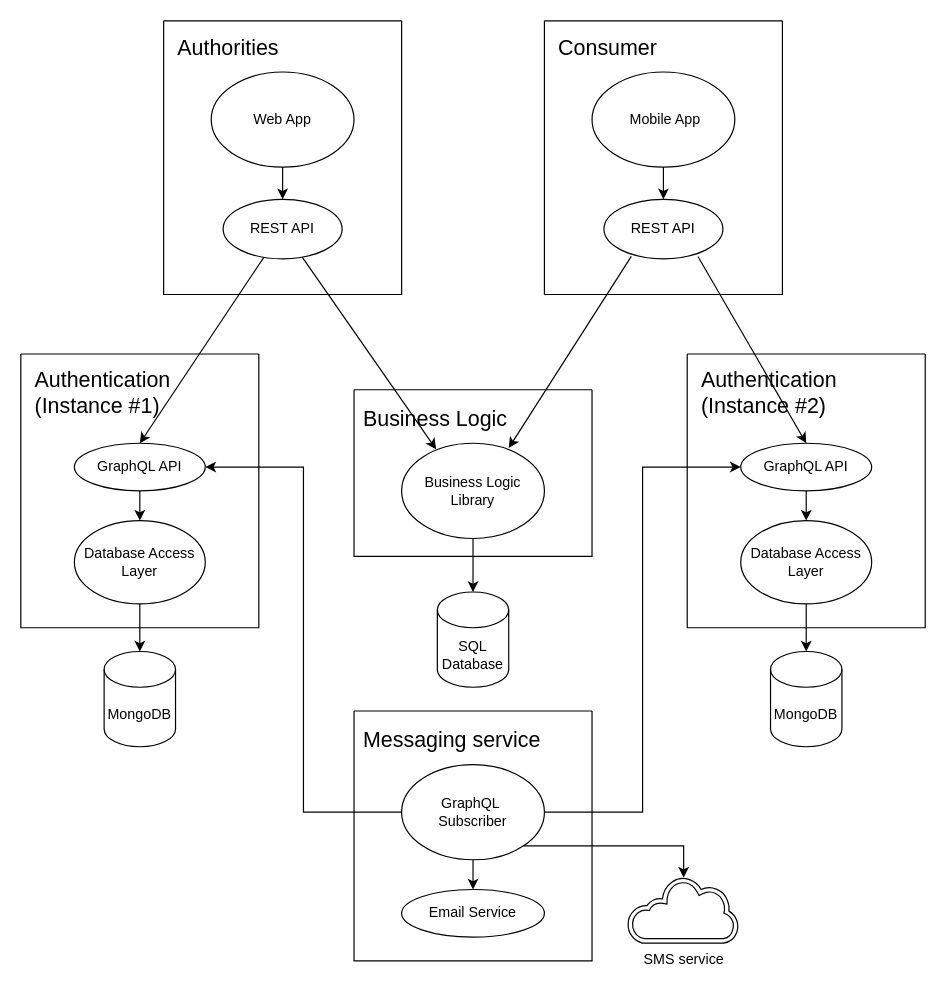
The draw.io diagram drawio/architecture-diagram.drawio in team-evian-fiicode25/.github, before the edit. Source tidied: cells renumbered, new cells numbered last; positions are measured from the earlier drawing's top-left corner, leaving out a move shared by most shapes. Both pictures are drawn from the tidied source at 119%, with x=0, y=0 at pixel (20, 20).
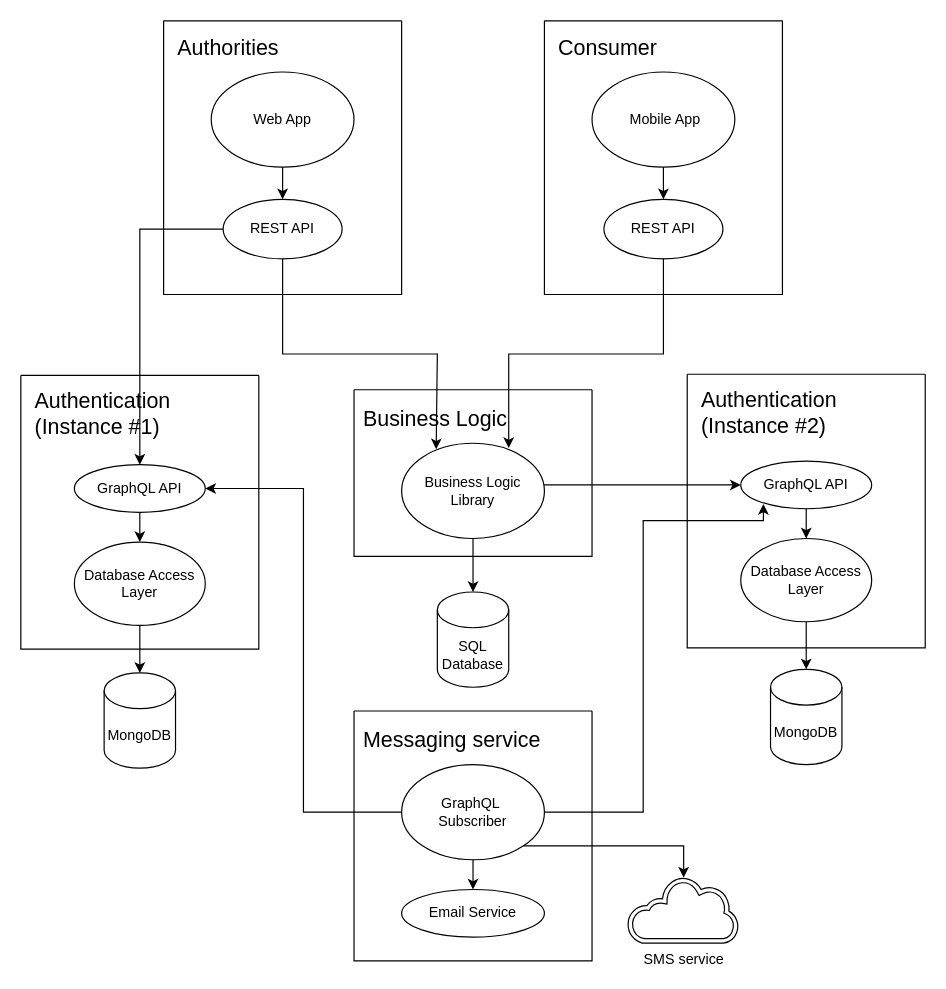
Above is the later version.

Unchanged cells that the change refers to:
```xml
<mxCell id="4" value="&lt;font style=&quot;font-size: 12px;&quot;&gt;Business Logic&lt;/font&gt;&lt;div&gt;&lt;font style=&quot;font-size: 12px;&quot;&gt;Library&lt;/font&gt;&lt;/div&gt;" style="ellipse;whiteSpace=wrap;html=1;fillColor=none;" parent="2" vertex="1">
  <mxGeometry x="40" y="45" width="120" height="80" as="geometry" />
</mxCell>
<mxCell id="9" value="REST API" style="ellipse;whiteSpace=wrap;html=1;fillColor=none;" parent="6" vertex="1">
  <mxGeometry x="50" y="150" width="100" height="50" as="geometry" />
</mxCell>
<mxCell id="14" value="REST API" style="ellipse;whiteSpace=wrap;html=1;fillColor=none;" parent="11" vertex="1">
  <mxGeometry x="50" y="150" width="100" height="50" as="geometry" />
</mxCell>
<mxCell id="22" value="GraphQL API" style="ellipse;whiteSpace=wrap;html=1;fillColor=none;" parent="17" vertex="1">
  <mxGeometry x="45" y="55" width="110" height="40" as="geometry" />
</mxCell>
<mxCell id="40" value="GraphQL&amp;nbsp;&lt;div&gt;Subscriber&lt;/div&gt;" style="ellipse;whiteSpace=wrap;html=1;fillColor=none;" parent="37" vertex="1">
  <mxGeometry x="40" y="45" width="120" height="80" as="geometry" />
</mxCell>
```

The edit, as a diff of the source:
```diff
@@
-    <mxCell id="5" style="endArrow=classic;html=1;rounded=0;entryX=0.75;entryY=0.05;entryDx=0;entryDy=0;exitX=0.23;exitY=0.96;exitDx=0;exitDy=0;exitPerimeter=0;entryPerimeter=0;" parent="1" edge="1" source="9" target="4">
-      <mxGeometry relative="1" as="geometry" />
+    <mxCell id="5" style="endArrow=classic;html=1;rounded=0;entryX=0.75;entryY=0.05;entryDx=0;entryDy=0;exitX=0.5;exitY=1;exitDx=0;exitDy=0;entryPerimeter=0;" parent="1" edge="1" source="9" target="4">
+      <mxGeometry relative="1" as="geometry">
+        <Array as="points">
+          <mxPoint x="540" y="280" />
+          <mxPoint x="410" y="280" />
+        </Array>
+      </mxGeometry>
     </mxCell>
@@
     <mxCell id="16" style="endArrow=classic;html=1;rounded=0;entryX=0.242;entryY=0.063;entryDx=0;entryDy=0;entryPerimeter=0;" parent="1" edge="1" source="14" target="4">
-      <mxGeometry relative="1" as="geometry" />
+      <mxGeometry relative="1" as="geometry">
+        <Array as="points">
+          <mxPoint x="220" y="280" />
+          <mxPoint x="350" y="280" />
+        </Array>
+      </mxGeometry>
     </mxCell>
     <mxCell id="17" style="group;fillColor=none;fillStyle=hatch;" parent="1" vertex="1">
-      <mxGeometry y="300" width="200" height="310" as="geometry" />
+      <mxGeometry y="318" width="200" height="310" as="geometry" />
     </mxCell>
@@
     <mxCell id="25" style="endArrow=classic;html=1;rounded=0;entryX=0.5;entryY=0;entryDx=0;entryDy=0;" parent="1" edge="1" source="14" target="22">
-      <mxGeometry relative="1" as="geometry" />
+      <mxGeometry relative="1" as="geometry">
+        <Array as="points">
+          <mxPoint x="100" y="175" />
+        </Array>
+      </mxGeometry>
     </mxCell>
-    <mxCell id="26" style="endArrow=classic;html=1;rounded=0;exitX=0.79;exitY=0.96;exitDx=0;exitDy=0;entryX=0.5;entryY=0;entryDx=0;entryDy=0;exitPerimeter=0;" parent="1" edge="1" source="9" target="32">
-      <mxGeometry relative="1" as="geometry" />
-    </mxCell>
     <mxCell id="27" style="group;fillColor=none;fillStyle=hatch;" parent="1" vertex="1">
-      <mxGeometry x="560" y="300" width="200" height="310" as="geometry" />
+      <mxGeometry x="560" y="305" width="200" height="310" as="geometry" />
     </mxCell>
     <mxCell id="28" style="swimlane;startSize=0;fillStyle=hatch;" parent="27" vertex="1">
-      <mxGeometry y="-20" width="200" height="230" as="geometry" />
+      <mxGeometry y="-8" width="200" height="230" as="geometry" />
     </mxCell>
@@
     <mxCell id="30" value="MongoDB" style="shape=cylinder3;whiteSpace=wrap;html=1;boundedLbl=1;backgroundOutline=1;size=15;fillStyle=hatch;fillColor=none;" parent="27" vertex="1">
-      <mxGeometry x="70" y="230" width="60" height="80" as="geometry" />
+      <mxGeometry x="70" y="240" width="60" height="80" as="geometry" />
     </mxCell>
@@
     <mxCell id="32" value="GraphQL API" style="ellipse;whiteSpace=wrap;html=1;fillColor=none;" parent="27" vertex="1">
-      <mxGeometry x="45" y="55" width="110" height="40" as="geometry" />
+      <mxGeometry x="45" y="65" width="110" height="40" as="geometry" />
     </mxCell>
     <mxCell id="33" value="Database Access Layer" style="ellipse;whiteSpace=wrap;html=1;fillColor=none;" parent="27" vertex="1">
-      <mxGeometry x="45" y="120" width="110" height="70" as="geometry" />
+      <mxGeometry x="45" y="130" width="110" height="70" as="geometry" />
     </mxCell>
@@
-    <mxCell id="42" style="edgeStyle=orthogonalEdgeStyle;rounded=0;jettySize=auto;html=1;entryX=0;entryY=0.5;entryDx=0;entryDy=0;" parent="1" edge="1" source="40" target="32">
-      <mxGeometry relative="1" as="geometry" />
+    <mxCell id="42" style="edgeStyle=orthogonalEdgeStyle;rounded=0;jettySize=auto;html=1;entryX=0.173;entryY=0.9;entryDx=0;entryDy=0;entryPerimeter=0;" parent="1" edge="1" source="40" target="32">
+      <mxGeometry relative="1" as="geometry">
+        <Array as="points">
+          <mxPoint x="523" y="665" />
+          <mxPoint x="523" y="420" />
+          <mxPoint x="624" y="420" />
+        </Array>
+      </mxGeometry>
     </mxCell>
@@
+    <mxCell id="46" style="edgeStyle=orthogonalEdgeStyle;rounded=0;jettySize=auto;html=1;entryX=0;entryY=0.5;entryDx=0;entryDy=0;" parent="1" edge="1" source="4" target="32">
+      <mxGeometry relative="1" as="geometry">
+        <Array as="points">
+          <mxPoint x="605" y="390" />
+        </Array>
+      </mxGeometry>
+    </mxCell>
```
